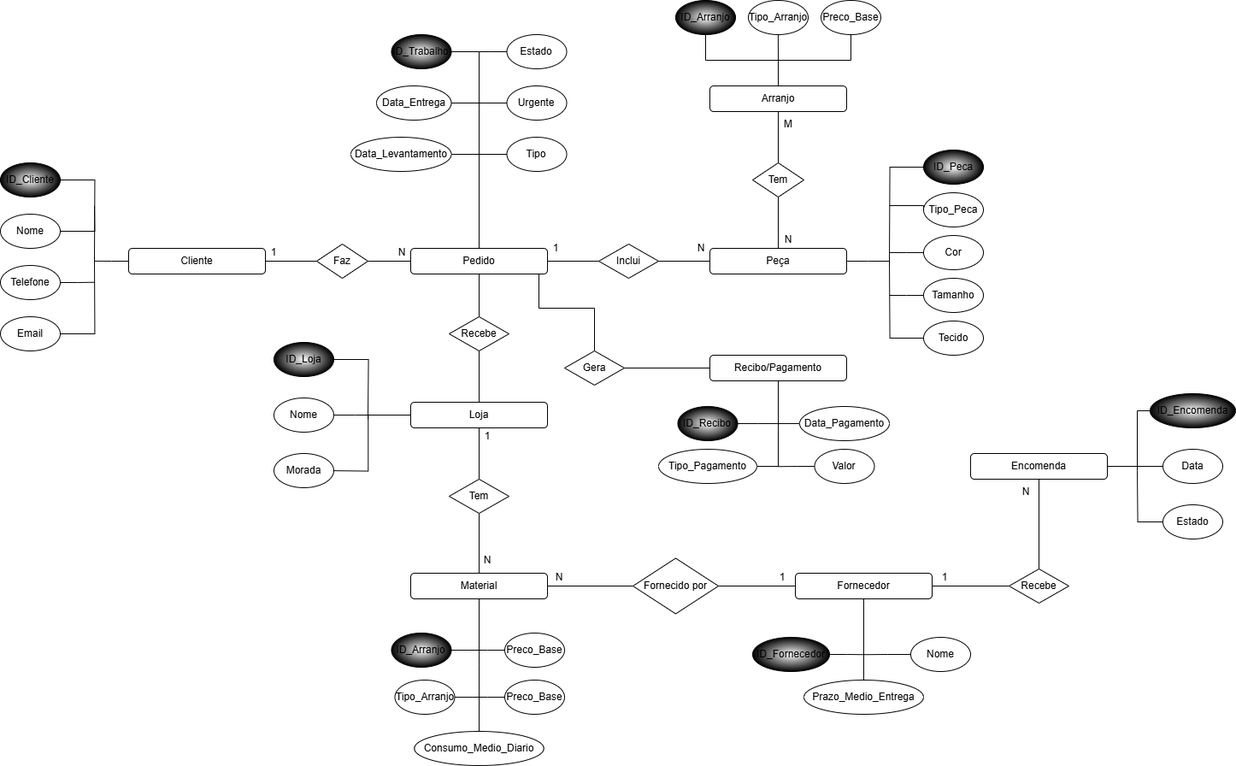
The draw.io diagram Modelo ER/ProjetoBaseDeDados ER.png in danivraposo/SQL-PROJETO, before a commit. Source tidied: cells renumbered, new cells last; positions are measured from the earlier drawing's top-left corner, leaving out a move shared by most shapes.
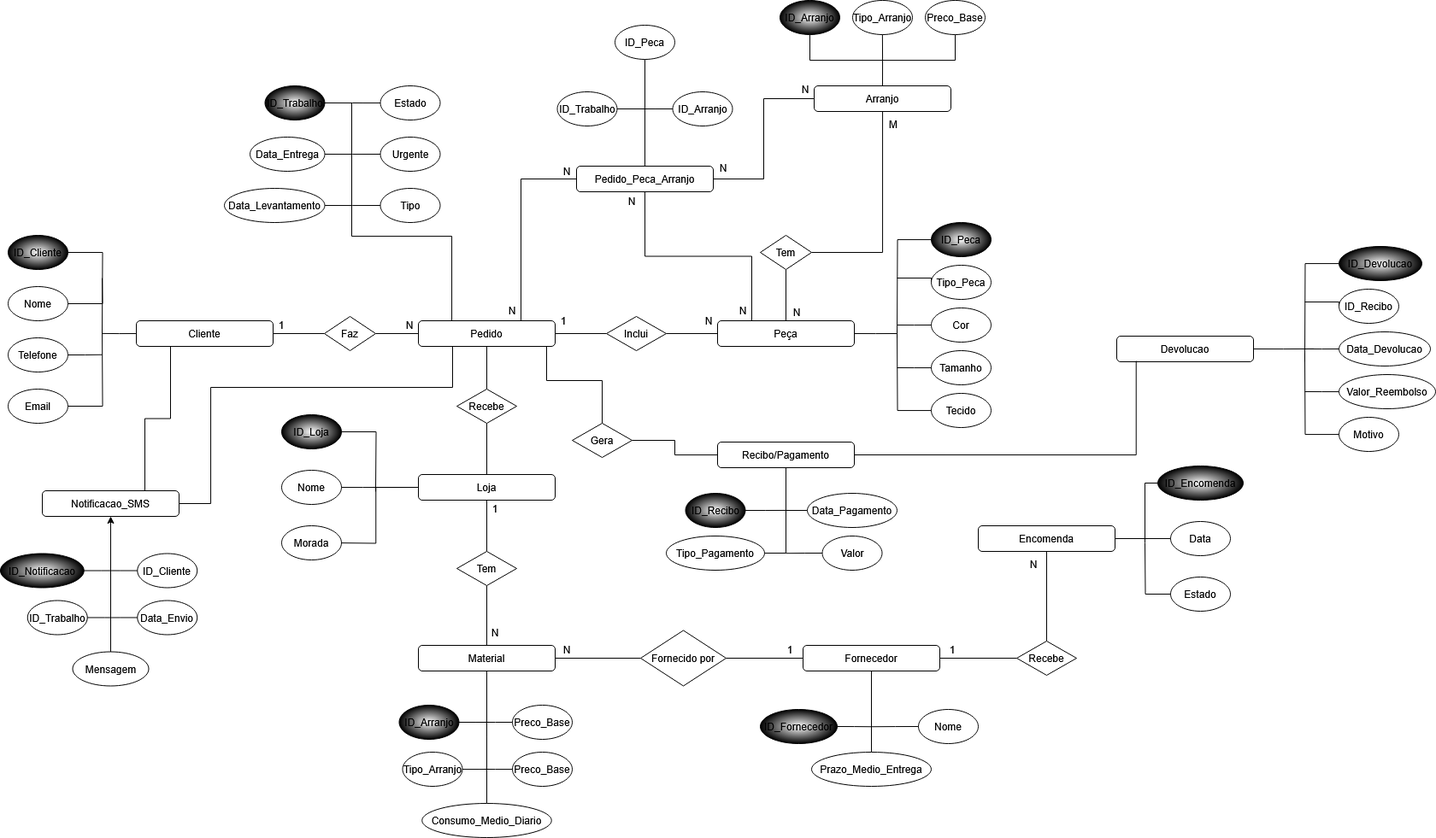
Above is the later version.

What changed in the source:
```diff
@@ -12,2 +12,5 @@
     </mxCell>
+    <mxCell id="122" style="edgeStyle=orthogonalEdgeStyle;rounded=0;jettySize=auto;html=1;exitX=0.25;exitY=1;exitDx=0;exitDy=0;entryX=0.75;entryY=0;entryDx=0;entryDy=0;endArrow=none;startFill=0;" parent="1" edge="1" source="4" target="153">
+      <mxGeometry relative="1" as="geometry" />
+    </mxCell>
     <mxCell id="4" value="Cliente" style="rounded=1;whiteSpace=wrap;html=1;" parent="1" vertex="1">
@@ -34,2 +37,5 @@
     </mxCell>
+    <mxCell id="123" style="edgeStyle=orthogonalEdgeStyle;rounded=0;jettySize=auto;html=1;exitX=0.25;exitY=0;exitDx=0;exitDy=0;entryX=0.5;entryY=1;entryDx=0;entryDy=0;endArrow=none;startFill=0;" parent="1" edge="1" source="10" target="128">
+      <mxGeometry relative="1" as="geometry" />
+    </mxCell>
     <mxCell id="10" value="Peça" style="rounded=1;whiteSpace=wrap;html=1;" parent="1" vertex="1">
@@ -41,3 +47,3 @@
     <mxCell id="12" value="Arranjo" style="rounded=1;whiteSpace=wrap;html=1;" parent="1" vertex="1">
-      <mxGeometry x="830" y="100" width="160" height="30" as="geometry" />
+      <mxGeometry x="943" y="15" width="160" height="30" as="geometry" />
     </mxCell>
@@ -49,7 +55,25 @@
     </mxCell>
-    <mxCell id="15" style="edgeStyle=orthogonalEdgeStyle;rounded=0;jettySize=auto;html=1;endArrow=none;startFill=0;" parent="1" edge="1" source="16">
+    <mxCell id="15" style="edgeStyle=orthogonalEdgeStyle;rounded=0;orthogonalLoop=1;jettySize=auto;html=1;endArrow=none;startFill=0;" parent="1" edge="1">
       <mxGeometry relative="1" as="geometry">
-        <mxPoint x="560" y="60" as="targetPoint" />
+        <mxPoint x="564.1" y="290" as="sourcePoint" />
+        <mxPoint x="402" y="35" as="targetPoint" />
+        <Array as="points">
+          <mxPoint x="519" y="290" />
+          <mxPoint x="519" y="191" />
+          <mxPoint x="402" y="191" />
+        </Array>
       </mxGeometry>
     </mxCell>
+    <mxCell id="124" style="edgeStyle=orthogonalEdgeStyle;rounded=0;jettySize=auto;html=1;exitX=0.75;exitY=0;exitDx=0;exitDy=0;entryX=0;entryY=0.5;entryDx=0;entryDy=0;endArrow=none;startFill=0;" parent="1" edge="1" source="16" target="128">
+      <mxGeometry relative="1" as="geometry" />
+    </mxCell>
+    <mxCell id="125" style="edgeStyle=orthogonalEdgeStyle;rounded=0;jettySize=auto;html=1;exitX=0.25;exitY=1;exitDx=0;exitDy=0;entryX=1;entryY=0.5;entryDx=0;entryDy=0;endArrow=none;startFill=0;" parent="1" edge="1" source="16" target="153">
+      <mxGeometry relative="1" as="geometry">
+        <Array as="points">
+          <mxPoint x="520" y="368" />
+          <mxPoint x="237" y="368" />
+          <mxPoint x="237" y="504" />
+        </Array>
+      </mxGeometry>
+    </mxCell>
     <mxCell id="16" value="Pedido" style="rounded=1;whiteSpace=wrap;html=1;" parent="1" vertex="1">
@@ -76,3 +100,3 @@
     <mxCell id="23" value="Recibo/Pagamento" style="rounded=1;whiteSpace=wrap;html=1;" parent="1" vertex="1">
-      <mxGeometry x="830" y="415" width="160" height="30" as="geometry" />
+      <mxGeometry x="830" y="432" width="160" height="30" as="geometry" />
     </mxCell>
@@ -242,4 +266,4 @@
         <Array as="points">
-          <mxPoint x="825" y="70" />
-          <mxPoint x="995" y="70" />
+          <mxPoint x="938" y="-15" />
+          <mxPoint x="1108" y="-15" />
         </Array>
@@ -248,9 +272,9 @@
     <mxCell id="67" value="ID_Arranjo" style="ellipse;whiteSpace=wrap;html=1;gradientColor=light-dark(#000000,#797979);gradientDirection=radial;" parent="1" vertex="1">
-      <mxGeometry x="790" width="70" height="40" as="geometry" />
+      <mxGeometry x="903" y="-85" width="70" height="40" as="geometry" />
     </mxCell>
     <mxCell id="68" value="Preco_Base" style="ellipse;whiteSpace=wrap;html=1;" parent="1" vertex="1">
-      <mxGeometry x="960" width="70" height="40" as="geometry" />
+      <mxGeometry x="1073" y="-85" width="70" height="40" as="geometry" />
     </mxCell>
     <mxCell id="69" value="Tipo_Arranjo" style="ellipse;whiteSpace=wrap;html=1;" parent="1" vertex="1">
-      <mxGeometry x="875" width="70" height="40" as="geometry" />
+      <mxGeometry x="988" y="-85" width="70" height="40" as="geometry" />
     </mxCell>
@@ -258,3 +282,3 @@
       <mxGeometry relative="1" as="geometry">
-        <mxPoint x="560" y="59.8" as="targetPoint" />
+        <mxPoint x="403" y="34.8" as="targetPoint" />
       </mxGeometry>
@@ -262,3 +286,3 @@
     <mxCell id="71" value="ID_Trabalho" style="ellipse;whiteSpace=wrap;html=1;gradientColor=light-dark(#000000,#797979);gradientDirection=radial;" parent="1" vertex="1">
-      <mxGeometry x="457.5" y="40" width="70" height="40" as="geometry" />
+      <mxGeometry x="300.5" y="15" width="70" height="40" as="geometry" />
     </mxCell>
@@ -266,3 +290,3 @@
       <mxGeometry relative="1" as="geometry">
-        <mxPoint x="560" y="179.8" as="targetPoint" />
+        <mxPoint x="403" y="154.8" as="targetPoint" />
       </mxGeometry>
@@ -270,3 +294,3 @@
     <mxCell id="73" value="Data_Levantamento" style="ellipse;whiteSpace=wrap;html=1;" parent="1" vertex="1">
-      <mxGeometry x="410" y="160" width="117.5" height="40" as="geometry" />
+      <mxGeometry x="253" y="135" width="117.5" height="40" as="geometry" />
     </mxCell>
@@ -274,3 +298,3 @@
       <mxGeometry relative="1" as="geometry">
-        <mxPoint x="560" y="119.8" as="targetPoint" />
+        <mxPoint x="403" y="94.8" as="targetPoint" />
       </mxGeometry>
@@ -278,3 +302,3 @@
     <mxCell id="75" value="Data_Entrega" style="ellipse;whiteSpace=wrap;html=1;" parent="1" vertex="1">
-      <mxGeometry x="440" y="100" width="87.5" height="40" as="geometry" />
+      <mxGeometry x="283" y="75" width="87.5" height="40" as="geometry" />
     </mxCell>
@@ -282,3 +306,3 @@
       <mxGeometry relative="1" as="geometry">
-        <mxPoint x="560" y="179.8" as="targetPoint" />
+        <mxPoint x="403" y="154.8" as="targetPoint" />
       </mxGeometry>
@@ -286,3 +310,3 @@
     <mxCell id="77" value="Tipo" style="ellipse;whiteSpace=wrap;html=1;" parent="1" vertex="1">
-      <mxGeometry x="592.5" y="160" width="70" height="40" as="geometry" />
+      <mxGeometry x="435.5" y="135" width="70" height="40" as="geometry" />
     </mxCell>
@@ -290,3 +314,3 @@
       <mxGeometry relative="1" as="geometry">
-        <mxPoint x="560" y="119.8" as="targetPoint" />
+        <mxPoint x="403" y="94.8" as="targetPoint" />
       </mxGeometry>
@@ -294,3 +318,3 @@
     <mxCell id="79" value="Urgente" style="ellipse;whiteSpace=wrap;html=1;" parent="1" vertex="1">
-      <mxGeometry x="592.5" y="100" width="70" height="40" as="geometry" />
+      <mxGeometry x="435.5" y="75" width="70" height="40" as="geometry" />
     </mxCell>
@@ -298,3 +322,3 @@
       <mxGeometry relative="1" as="geometry">
-        <mxPoint x="560" y="60" as="targetPoint" />
+        <mxPoint x="403" y="35" as="targetPoint" />
       </mxGeometry>
@@ -302,3 +326,3 @@
     <mxCell id="81" value="Estado" style="ellipse;whiteSpace=wrap;html=1;" parent="1" vertex="1">
-      <mxGeometry x="592.5" y="40" width="70" height="40" as="geometry" />
+      <mxGeometry x="435.5" y="15" width="70" height="40" as="geometry" />
     </mxCell>
@@ -391,3 +415,3 @@
       <mxGeometry relative="1" as="geometry">
-        <mxPoint x="910" y="494.9" as="targetPoint" />
+        <mxPoint x="910" y="511.9" as="targetPoint" />
       </mxGeometry>
@@ -395,7 +419,8 @@
     <mxCell id="105" value="ID_Recibo" style="ellipse;whiteSpace=wrap;html=1;gradientColor=light-dark(#000000,#797979);gradientDirection=radial;" parent="1" vertex="1">
-      <mxGeometry x="792.5" y="475" width="70" height="40" as="geometry" />
+      <mxGeometry x="792.5" y="492" width="70" height="40" as="geometry" />
     </mxCell>
-    <mxCell id="106" style="edgeStyle=orthogonalEdgeStyle;rounded=0;jettySize=auto;html=1;exitX=0;exitY=0.5;exitDx=0;exitDy=0;endArrow=none;startFill=0;" parent="1" edge="1" source="107">
+    <mxCell id="106" style="edgeStyle=orthogonalEdgeStyle;rounded=0;orthogonalLoop=1;jettySize=auto;html=1;exitX=0;exitY=0.5;exitDx=0;exitDy=0;endArrow=none;startFill=0;" parent="1" edge="1">
       <mxGeometry relative="1" as="geometry">
-        <mxPoint x="910" y="494.9" as="targetPoint" />
+        <mxPoint x="935" y="512" as="sourcePoint" />
+        <mxPoint x="910" y="511.9" as="targetPoint" />
       </mxGeometry>
@@ -403,3 +428,3 @@
     <mxCell id="107" value="Data_Pagamento" style="ellipse;whiteSpace=wrap;html=1;" parent="1" vertex="1">
-      <mxGeometry x="935" y="475" width="105" height="40" as="geometry" />
+      <mxGeometry x="935" y="492" width="105" height="40" as="geometry" />
     </mxCell>
@@ -409,3 +434,3 @@
     <mxCell id="109" value="Tipo_Pagamento" style="ellipse;whiteSpace=wrap;html=1;" parent="1" vertex="1">
-      <mxGeometry x="770" y="525" width="115" height="40" as="geometry" />
+      <mxGeometry x="770" y="542" width="115" height="40" as="geometry" />
     </mxCell>
@@ -413,3 +438,3 @@
       <mxGeometry relative="1" as="geometry">
-        <mxPoint x="910" y="545.2" as="targetPoint" />
+        <mxPoint x="910" y="562.2" as="targetPoint" />
       </mxGeometry>
@@ -417,3 +442,3 @@
     <mxCell id="111" value="Valor" style="ellipse;whiteSpace=wrap;html=1;" parent="1" vertex="1">
-      <mxGeometry x="952.5" y="525" width="70" height="40" as="geometry" />
+      <mxGeometry x="952.5" y="542" width="70" height="40" as="geometry" />
     </mxCell>
@@ -429,3 +454,3 @@
     <mxCell id="115" value="M" style="text;html=1;align=center;verticalAlign=middle;whiteSpace=wrap;rounded=0;" parent="1" vertex="1">
-      <mxGeometry x="892.5" y="130" width="60" height="30" as="geometry" />
+      <mxGeometry x="1005.5" y="45" width="60" height="30" as="geometry" />
     </mxCell>
@@ -449,2 +474,144 @@
     </mxCell>
+    <mxCell id="126" style="edgeStyle=orthogonalEdgeStyle;rounded=0;jettySize=auto;html=1;exitX=1;exitY=0.5;exitDx=0;exitDy=0;entryX=0;entryY=0.5;entryDx=0;entryDy=0;endArrow=none;startFill=0;" parent="1" edge="1" source="128" target="12">
+      <mxGeometry relative="1" as="geometry" />
+    </mxCell>
+    <mxCell id="127" style="edgeStyle=orthogonalEdgeStyle;rounded=0;jettySize=auto;html=1;exitX=0.5;exitY=0;exitDx=0;exitDy=0;endArrow=none;startFill=0;" parent="1" edge="1" source="128" target="137">
+      <mxGeometry relative="1" as="geometry" />
+    </mxCell>
+    <mxCell id="128" value="Pedido_Peca_Arranjo" style="rounded=1;whiteSpace=wrap;html=1;" parent="1" vertex="1">
+      <mxGeometry x="665" y="109" width="160" height="30" as="geometry" />
+    </mxCell>
+    <mxCell id="129" value="N" style="text;html=1;align=center;verticalAlign=middle;whiteSpace=wrap;rounded=0;" parent="1" vertex="1">
+      <mxGeometry x="560" y="263" width="60" height="30" as="geometry" />
+    </mxCell>
+    <mxCell id="130" value="N" style="text;html=1;align=center;verticalAlign=middle;whiteSpace=wrap;rounded=0;" parent="1" vertex="1">
+      <mxGeometry x="624" y="100" width="60" height="30" as="geometry" />
+    </mxCell>
+    <mxCell id="131" value="N" style="text;html=1;align=center;verticalAlign=middle;whiteSpace=wrap;rounded=0;" parent="1" vertex="1">
+      <mxGeometry x="807" y="96" width="60" height="30" as="geometry" />
+    </mxCell>
+    <mxCell id="132" value="N" style="text;html=1;align=center;verticalAlign=middle;whiteSpace=wrap;rounded=0;" parent="1" vertex="1">
+      <mxGeometry x="903" y="4" width="60" height="30" as="geometry" />
+    </mxCell>
+    <mxCell id="133" value="N" style="text;html=1;align=center;verticalAlign=middle;whiteSpace=wrap;rounded=0;" parent="1" vertex="1">
+      <mxGeometry x="830" y="263" width="60" height="30" as="geometry" />
+    </mxCell>
+    <mxCell id="134" value="N" style="text;html=1;align=center;verticalAlign=middle;whiteSpace=wrap;rounded=0;" parent="1" vertex="1">
+      <mxGeometry x="700" y="135" width="60" height="30" as="geometry" />
+    </mxCell>
+    <mxCell id="135" style="edgeStyle=orthogonalEdgeStyle;rounded=0;jettySize=auto;html=1;exitX=1;exitY=0.5;exitDx=0;exitDy=0;endArrow=none;startFill=0;" parent="1" edge="1" source="136">
+      <mxGeometry relative="1" as="geometry">
+        <mxPoint x="745" y="41.8" as="targetPoint" />
+      </mxGeometry>
+    </mxCell>
+    <mxCell id="136" value="ID_Trabalho" style="ellipse;whiteSpace=wrap;html=1;gradientColor=none;gradientDirection=radial;" parent="1" vertex="1">
+      <mxGeometry x="642.5" y="22" width="70" height="40" as="geometry" />
+    </mxCell>
+    <mxCell id="137" value="&lt;div&gt;ID_Peca&lt;/div&gt;" style="ellipse;whiteSpace=wrap;html=1;" parent="1" vertex="1">
+      <mxGeometry x="710" y="-56" width="70" height="40" as="geometry" />
+    </mxCell>
+    <mxCell id="138" style="edgeStyle=orthogonalEdgeStyle;rounded=0;jettySize=auto;html=1;endArrow=none;startFill=0;" parent="1" edge="1" source="139">
+      <mxGeometry relative="1" as="geometry">
+        <mxPoint x="745" y="42" as="targetPoint" />
+      </mxGeometry>
+    </mxCell>
+    <mxCell id="139" value="ID_Arranjo" style="ellipse;whiteSpace=wrap;html=1;" parent="1" vertex="1">
+      <mxGeometry x="777.5" y="22" width="70" height="40" as="geometry" />
+    </mxCell>
+    <mxCell id="140" style="edgeStyle=orthogonalEdgeStyle;rounded=0;jettySize=auto;html=1;exitX=1;exitY=0.5;exitDx=0;exitDy=0;endArrow=none;startFill=0;" parent="1" edge="1" source="141">
+      <mxGeometry relative="1" as="geometry">
+        <mxPoint x="1527.6" y="322.9" as="targetPoint" />
+      </mxGeometry>
+    </mxCell>
+    <mxCell id="141" value="Devolucao" style="rounded=1;whiteSpace=wrap;html=1;" parent="1" vertex="1">
+      <mxGeometry x="1297" y="308" width="160" height="30" as="geometry" />
+    </mxCell>
+    <mxCell id="142" style="edgeStyle=orthogonalEdgeStyle;rounded=0;jettySize=auto;html=1;endArrow=none;startFill=0;" parent="1" edge="1" source="143">
+      <mxGeometry relative="1" as="geometry">
+        <mxPoint x="1517" y="338" as="targetPoint" />
+      </mxGeometry>
+    </mxCell>
+    <mxCell id="143" value="ID_Devolucao" style="ellipse;whiteSpace=wrap;html=1;gradientColor=light-dark(#000000,#797979);gradientDirection=radial;" parent="1" vertex="1">
+      <mxGeometry x="1557" y="203" width="97" height="40" as="geometry" />
+    </mxCell>
+    <mxCell id="144" style="edgeStyle=orthogonalEdgeStyle;rounded=0;jettySize=auto;html=1;exitX=0;exitY=0.5;exitDx=0;exitDy=0;endArrow=none;startFill=0;" parent="1" edge="1" source="145">
+      <mxGeometry relative="1" as="geometry">
+        <mxPoint x="1517" y="323" as="targetPoint" />
+      </mxGeometry>
+    </mxCell>
+    <mxCell id="145" value="Data_Devolucao" style="ellipse;whiteSpace=wrap;html=1;" parent="1" vertex="1">
+      <mxGeometry x="1557" y="303" width="107" height="40" as="geometry" />
+    </mxCell>
+    <mxCell id="146" style="edgeStyle=orthogonalEdgeStyle;rounded=0;jettySize=auto;html=1;endArrow=none;startFill=0;" parent="1" edge="1" source="147">
+      <mxGeometry relative="1" as="geometry">
+        <mxPoint x="1517" y="373" as="targetPoint" />
+      </mxGeometry>
+    </mxCell>
+    <mxCell id="147" value="Valor_Reembolso" style="ellipse;whiteSpace=wrap;html=1;" parent="1" vertex="1">
+      <mxGeometry x="1557" y="353" width="113" height="40" as="geometry" />
+    </mxCell>
+    <mxCell id="148" style="edgeStyle=orthogonalEdgeStyle;rounded=0;jettySize=auto;html=1;endArrow=none;startFill=0;" parent="1" edge="1" source="149">
+      <mxGeometry relative="1" as="geometry">
+        <mxPoint x="1517" y="328" as="targetPoint" />
+      </mxGeometry>
+    </mxCell>
+    <mxCell id="149" value="Motivo" style="ellipse;whiteSpace=wrap;html=1;" parent="1" vertex="1">
+      <mxGeometry x="1557" y="403" width="70" height="40" as="geometry" />
+    </mxCell>
+    <mxCell id="150" style="edgeStyle=orthogonalEdgeStyle;rounded=0;jettySize=auto;html=1;exitX=0;exitY=0.5;exitDx=0;exitDy=0;endArrow=none;startFill=0;" parent="1" edge="1" source="151">
+      <mxGeometry relative="1" as="geometry">
+        <mxPoint x="1517" y="268" as="targetPoint" />
+        <Array as="points">
+          <mxPoint x="1557" y="268" />
+          <mxPoint x="1517" y="268" />
+        </Array>
+      </mxGeometry>
+    </mxCell>
+    <mxCell id="151" value="ID_Recibo" style="ellipse;whiteSpace=wrap;html=1;" parent="1" vertex="1">
+      <mxGeometry x="1557" y="253" width="70" height="40" as="geometry" />
+    </mxCell>
+    <mxCell id="152" style="edgeStyle=orthogonalEdgeStyle;rounded=0;jettySize=auto;html=1;exitX=1;exitY=0.5;exitDx=0;exitDy=0;entryX=0.142;entryY=0.967;entryDx=0;entryDy=0;entryPerimeter=0;endArrow=none;startFill=0;" parent="1" edge="1" source="23" target="141">
+      <mxGeometry relative="1" as="geometry" />
+    </mxCell>
+    <mxCell id="153" value="Notificacao_SMS" style="rounded=1;whiteSpace=wrap;html=1;" parent="1" vertex="1">
+      <mxGeometry x="40" y="489" width="160" height="30" as="geometry" />
+    </mxCell>
+    <mxCell id="154" style="edgeStyle=orthogonalEdgeStyle;rounded=0;jettySize=auto;html=1;endArrow=none;startFill=0;" parent="1" edge="1" source="155">
+      <mxGeometry relative="1" as="geometry">
+        <mxPoint x="121.2" y="582.5" as="targetPoint" />
+      </mxGeometry>
+    </mxCell>
+    <mxCell id="155" value="ID_Notificacao" style="ellipse;whiteSpace=wrap;html=1;gradientColor=light-dark(#000000,#797979);gradientDirection=radial;" parent="1" vertex="1">
+      <mxGeometry x="-9" y="562.5" width="97.8" height="40" as="geometry" />
+    </mxCell>
+    <mxCell id="156" style="edgeStyle=orthogonalEdgeStyle;rounded=0;jettySize=auto;html=1;endArrow=none;startFill=0;" parent="1" edge="1" source="157">
+      <mxGeometry relative="1" as="geometry">
+        <mxPoint x="121.2" y="637.5" as="targetPoint" />
+      </mxGeometry>
+    </mxCell>
+    <mxCell id="157" value="Data_Envio" style="ellipse;whiteSpace=wrap;html=1;" parent="1" vertex="1">
+      <mxGeometry x="151.2" y="617.5" width="70" height="40" as="geometry" />
+    </mxCell>
+    <mxCell id="158" style="edgeStyle=orthogonalEdgeStyle;rounded=0;jettySize=auto;html=1;endArrow=none;startFill=0;" parent="1" edge="1" source="159">
+      <mxGeometry relative="1" as="geometry">
+        <mxPoint x="121.2" y="637.5" as="targetPoint" />
+      </mxGeometry>
+    </mxCell>
+    <mxCell id="159" value="ID_Trabalho" style="ellipse;whiteSpace=wrap;html=1;" parent="1" vertex="1">
+      <mxGeometry x="22.8" y="617.5" width="70" height="40" as="geometry" />
+    </mxCell>
+    <mxCell id="160" style="edgeStyle=orthogonalEdgeStyle;rounded=0;jettySize=auto;html=1;endArrow=none;startFill=0;" parent="1" edge="1" source="161">
+      <mxGeometry relative="1" as="geometry">
+        <mxPoint x="121.2" y="582.5" as="targetPoint" />
+      </mxGeometry>
+    </mxCell>
+    <mxCell id="161" value="ID_Cliente" style="ellipse;whiteSpace=wrap;html=1;" parent="1" vertex="1">
+      <mxGeometry x="151.2" y="562.5" width="70" height="40" as="geometry" />
+    </mxCell>
+    <mxCell id="162" style="edgeStyle=orthogonalEdgeStyle;rounded=0;jettySize=auto;html=1;exitX=0.5;exitY=0;exitDx=0;exitDy=0;" parent="1" edge="1" source="163" target="153">
+      <mxGeometry relative="1" as="geometry" />
+    </mxCell>
+    <mxCell id="163" value="Mensagem" style="ellipse;whiteSpace=wrap;html=1;" parent="1" vertex="1">
+      <mxGeometry x="75.5" y="677.5" width="89" height="40" as="geometry" />
+    </mxCell>
   </root>
```
